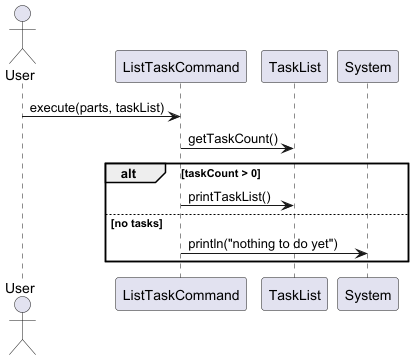
Earlier version of the PlantUML export docs/diagrams/tasklistcommands/ListTaskCommandSequenceDiagram.png (wongyihao02/tp).
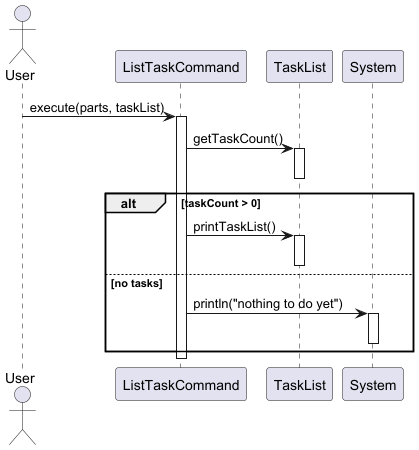
After the commit.

The edit, as a diff of the source:
```diff
@@ -7,12 +7,21 @@
 participant "System" as Console
 
 User -> ListCmd : execute(parts, taskList)
+activate ListCmd
 
 ListCmd -> TaskList : getTaskCount()
+activate TaskList
+deactivate TaskList
+
 alt taskCount > 0
     ListCmd -> TaskList : printTaskList()
+    activate TaskList
+    deactivate TaskList
 else no tasks
     ListCmd -> Console : println("nothing to do yet")
+    activate Console
+    deactivate Console
 end
 
+deactivate ListCmd
 @enduml
```
